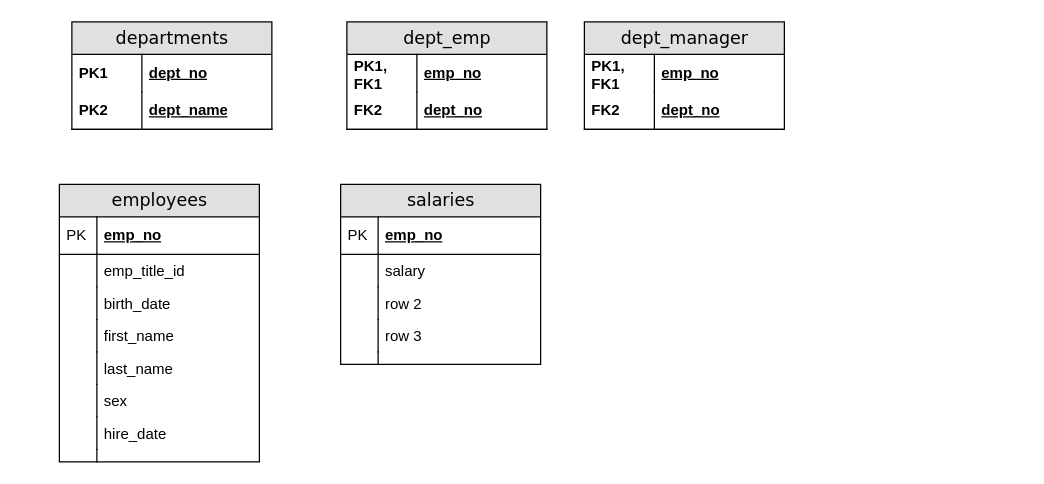
Before: page "Page-2" (2 of 2) of Employee_ERD.drawio in jerryevalentine/sql-challenge, a draw.io diagram. Source tidied: cells renumbered, new cells numbered last; positions are measured from the earlier drawing's top-left corner, leaving out a move shared by most shapes. Both pictures are drawn from the tidied source at 125%, with x=0, y=0 at pixel (59, 21).
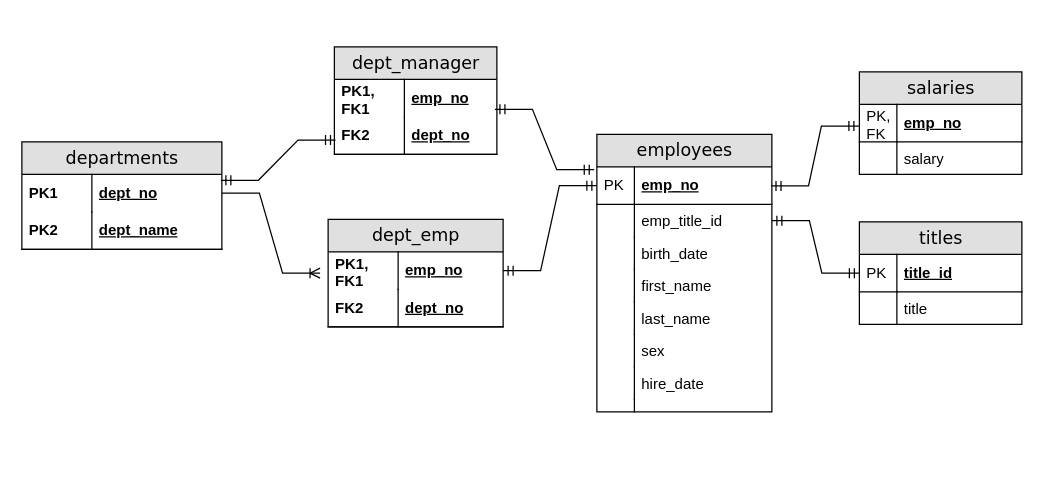
The same diagram, later.

Unchanged cells that the change refers to:
```xml
<mxCell id="3" value="dept_no" style="shape=partialRectangle;top=0;left=0;right=0;bottom=0;html=1;align=left;verticalAlign=middle;fillColor=none;spacingLeft=60;spacingRight=4;whiteSpace=wrap;overflow=hidden;points=[[0,0.5],[1,0.5]];portConstraint=eastwest;fontStyle=5;" parent="2" vertex="1">
  <mxGeometry y="26" width="160" height="30" as="geometry" />
</mxCell>
```

The edit, as a diff of the source:
```diff
@@
     <mxCell id="2" value="departments" style="swimlane;html=1;fontStyle=0;horizontal=1;startSize=26;fillColor=#e0e0e0;swimlaneFillColor=#ffffff;align=center;rounded=0;shadow=0;comic=0;labelBackgroundColor=none;strokeWidth=1;fontFamily=Verdana;fontSize=14;" parent="1" vertex="1">
-      <mxGeometry x="10" width="160" height="86" as="geometry" />
+      <mxGeometry x="-30" y="96" width="160" height="86" as="geometry" />
     </mxCell>
@@
     <mxCell id="7" value="&lt;div&gt;dept_emp&lt;/div&gt;" style="swimlane;html=1;fontStyle=0;horizontal=1;startSize=26;fillColor=#e0e0e0;swimlaneFillColor=#ffffff;align=center;rounded=0;shadow=0;comic=0;labelBackgroundColor=none;strokeWidth=1;fontFamily=Verdana;fontSize=14;" parent="1" vertex="1">
-      <mxGeometry x="230" width="160" height="86" as="geometry" />
+      <mxGeometry x="215" y="158" width="140" height="86" as="geometry" />
     </mxCell>
     <mxCell id="8" value="emp_no" style="shape=partialRectangle;top=0;left=0;right=0;bottom=0;html=1;align=left;verticalAlign=middle;fillColor=none;spacingLeft=60;spacingRight=4;whiteSpace=wrap;overflow=hidden;points=[[0,0.5],[1,0.5]];portConstraint=eastwest;fontStyle=5;" parent="7" vertex="1">
-      <mxGeometry y="26" width="160" height="30" as="geometry" />
+      <mxGeometry y="26" width="140" height="30" as="geometry" />
     </mxCell>
@@
     <mxCell id="10" value="dept_no" style="shape=partialRectangle;top=0;left=0;right=0;bottom=1;html=1;align=left;verticalAlign=middle;fillColor=none;spacingLeft=60;spacingRight=4;whiteSpace=wrap;overflow=hidden;fontStyle=5;" parent="7" vertex="1">
-      <mxGeometry y="56" width="160" height="30" as="geometry" />
+      <mxGeometry y="56" width="140" height="30" as="geometry" />
     </mxCell>
@@
     <mxCell id="12" value="&lt;div&gt;dept_manager&lt;/div&gt;" style="swimlane;html=1;fontStyle=0;horizontal=1;startSize=26;fillColor=#e0e0e0;swimlaneFillColor=#ffffff;align=center;rounded=0;shadow=0;comic=0;labelBackgroundColor=none;strokeWidth=1;fontFamily=Verdana;fontSize=14;" parent="1" vertex="1">
-      <mxGeometry x="420" width="160" height="86" as="geometry" />
+      <mxGeometry x="220" y="20" width="130" height="86" as="geometry" />
     </mxCell>
     <mxCell id="13" value="emp_no" style="shape=partialRectangle;top=0;left=0;right=0;bottom=0;html=1;align=left;verticalAlign=middle;fillColor=none;spacingLeft=60;spacingRight=4;whiteSpace=wrap;overflow=hidden;points=[[0,0.5],[1,0.5]];portConstraint=eastwest;fontStyle=5;" parent="12" vertex="1">
-      <mxGeometry y="26" width="160" height="30" as="geometry" />
+      <mxGeometry y="26" width="130" height="30" as="geometry" />
     </mxCell>
@@
     <mxCell id="15" value="dept_no" style="shape=partialRectangle;top=0;left=0;right=0;bottom=1;html=1;align=left;verticalAlign=middle;fillColor=none;spacingLeft=60;spacingRight=4;whiteSpace=wrap;overflow=hidden;points=[[0,0.5],[1,0.5]];portConstraint=eastwest;fontStyle=5;" parent="12" vertex="1">
-      <mxGeometry y="56" width="160" height="30" as="geometry" />
+      <mxGeometry y="56" width="130" height="30" as="geometry" />
     </mxCell>
@@
     <mxCell id="17" value="employees" style="swimlane;html=1;fontStyle=0;horizontal=1;startSize=26;fillColor=#e0e0e0;swimlaneFillColor=#ffffff;align=center;rounded=0;shadow=0;comic=0;labelBackgroundColor=none;strokeWidth=1;fontFamily=Verdana;fontSize=14;" parent="1" vertex="1">
-      <mxGeometry y="130" width="160" height="222" as="geometry" />
+      <mxGeometry x="430" y="90" width="140" height="222" as="geometry" />
     </mxCell>
     <mxCell id="18" value="emp_no" style="shape=partialRectangle;top=0;left=0;right=0;bottom=1;html=1;align=left;verticalAlign=middle;fillColor=none;spacingLeft=34;spacingRight=4;whiteSpace=wrap;overflow=hidden;points=[[0,0.5],[1,0.5]];portConstraint=eastwest;fontStyle=5;" parent="17" vertex="1">
-      <mxGeometry y="26" width="160" height="30" as="geometry" />
+      <mxGeometry y="26" width="140" height="30" as="geometry" />
     </mxCell>
@@
     <mxCell id="20" value="emp_title_id" style="shape=partialRectangle;top=0;left=0;right=0;bottom=0;html=1;align=left;verticalAlign=top;fillColor=none;spacingLeft=34;spacingRight=4;whiteSpace=wrap;overflow=hidden;points=[[0,0.5],[1,0.5]];portConstraint=eastwest;" parent="17" vertex="1">
-      <mxGeometry y="56" width="160" height="26" as="geometry" />
+      <mxGeometry y="56" width="140" height="26" as="geometry" />
     </mxCell>
@@
     <mxCell id="22" value="birth_date" style="shape=partialRectangle;top=0;left=0;right=0;bottom=0;html=1;align=left;verticalAlign=top;fillColor=none;spacingLeft=34;spacingRight=4;whiteSpace=wrap;overflow=hidden;" parent="17" vertex="1">
-      <mxGeometry y="82" width="160" height="26" as="geometry" />
+      <mxGeometry y="82" width="140" height="26" as="geometry" />
     </mxCell>
@@
     <mxCell id="24" value="first_name" style="shape=partialRectangle;top=0;left=0;right=0;bottom=0;html=1;align=left;verticalAlign=top;fillColor=none;spacingLeft=34;spacingRight=4;whiteSpace=wrap;overflow=hidden;" parent="17" vertex="1">
-      <mxGeometry y="108" width="160" height="26" as="geometry" />
+      <mxGeometry y="108" width="140" height="26" as="geometry" />
     </mxCell>
@@
     <mxCell id="26" value="last_name" style="shape=partialRectangle;top=0;left=0;right=0;bottom=0;html=1;align=left;verticalAlign=top;fillColor=none;spacingLeft=34;spacingRight=4;whiteSpace=wrap;overflow=hidden;" parent="17" vertex="1">
-      <mxGeometry y="134" width="160" height="26" as="geometry" />
+      <mxGeometry y="134" width="140" height="26" as="geometry" />
     </mxCell>
@@
     <mxCell id="28" value="sex" style="shape=partialRectangle;top=0;left=0;right=0;bottom=0;html=1;align=left;verticalAlign=top;fillColor=none;spacingLeft=34;spacingRight=4;whiteSpace=wrap;overflow=hidden;" parent="17" vertex="1">
-      <mxGeometry y="160" width="160" height="26" as="geometry" />
+      <mxGeometry y="160" width="140" height="26" as="geometry" />
     </mxCell>
@@
     <mxCell id="30" value="hire_date" style="shape=partialRectangle;top=0;left=0;right=0;bottom=0;html=1;align=left;verticalAlign=top;fillColor=none;spacingLeft=34;spacingRight=4;whiteSpace=wrap;overflow=hidden;" parent="17" vertex="1">
-      <mxGeometry y="186" width="160" height="26" as="geometry" />
+      <mxGeometry y="186" width="140" height="26" as="geometry" />
     </mxCell>
@@
     <mxCell id="32" style="shape=partialRectangle;top=0;left=0;right=0;bottom=0;html=1;align=left;verticalAlign=top;fillColor=none;spacingLeft=34;spacingRight=4;whiteSpace=wrap;overflow=hidden;" parent="17" vertex="1">
-      <mxGeometry y="212" width="160" height="10" as="geometry" />
+      <mxGeometry y="212" width="140" height="10" as="geometry" />
     </mxCell>
@@
     <mxCell id="34" value="salaries" style="swimlane;html=1;fontStyle=0;horizontal=1;startSize=26;fillColor=#e0e0e0;swimlaneFillColor=#ffffff;align=center;rounded=0;shadow=0;comic=0;labelBackgroundColor=none;strokeWidth=1;fontFamily=Verdana;fontSize=14;swimlaneLine=1;" parent="1" vertex="1">
-      <mxGeometry x="225" y="130" width="160" height="144" as="geometry" />
+      <mxGeometry x="640" y="40" width="130" height="82" as="geometry" />
     </mxCell>
     <mxCell id="35" value="emp_no" style="shape=partialRectangle;top=0;left=0;right=0;bottom=1;html=1;align=left;verticalAlign=middle;fillColor=none;spacingLeft=34;spacingRight=4;whiteSpace=wrap;overflow=hidden;points=[[0,0.5],[1,0.5]];portConstraint=eastwest;fontStyle=5;" parent="34" vertex="1">
-      <mxGeometry y="26" width="160" height="30" as="geometry" />
+      <mxGeometry y="26" width="130" height="30" as="geometry" />
     </mxCell>
-    <mxCell id="36" value="PK" style="shape=partialRectangle;top=0;left=0;bottom=0;html=1;fillColor=none;align=left;verticalAlign=middle;spacingLeft=4;spacingRight=4;whiteSpace=wrap;overflow=hidden;" parent="35" vertex="1">
+    <mxCell id="36" value="PK, FK" style="shape=partialRectangle;top=0;left=0;bottom=0;html=1;fillColor=none;align=left;verticalAlign=middle;spacingLeft=4;spacingRight=4;whiteSpace=wrap;overflow=hidden;" parent="35" vertex="1">
       <mxGeometry width="30" height="30" as="geometry" />
     </mxCell>
     <mxCell id="37" value="salary" style="shape=partialRectangle;top=0;left=0;right=0;bottom=0;html=1;align=left;verticalAlign=top;fillColor=none;spacingLeft=34;spacingRight=4;whiteSpace=wrap;overflow=hidden;" parent="34" vertex="1">
-      <mxGeometry y="56" width="160" height="26" as="geometry" />
+      <mxGeometry y="56" width="130" height="26" as="geometry" />
     </mxCell>
@@
-    <mxCell id="39" value="row 2" style="shape=partialRectangle;top=0;left=0;right=0;bottom=0;html=1;align=left;verticalAlign=top;fillColor=none;spacingLeft=34;spacingRight=4;whiteSpace=wrap;overflow=hidden;" parent="34" vertex="1">
-      <mxGeometry y="82" width="160" height="26" as="geometry" />
-    </mxCell>
-    <mxCell id="40" style="shape=partialRectangle;top=0;left=0;bottom=0;html=1;fillColor=none;align=left;verticalAlign=top;spacingLeft=4;spacingRight=4;whiteSpace=wrap;overflow=hidden;" parent="39" vertex="1">
-      <mxGeometry width="30" height="26" as="geometry" />
-    </mxCell>
-    <mxCell id="41" value="row 3" style="shape=partialRectangle;top=0;left=0;right=0;bottom=0;html=1;align=left;verticalAlign=top;fillColor=none;spacingLeft=34;spacingRight=4;whiteSpace=wrap;overflow=hidden;" parent="34" vertex="1">
-      <mxGeometry y="108" width="160" height="26" as="geometry" />
-    </mxCell>
-    <mxCell id="42" style="shape=partialRectangle;top=0;left=0;bottom=0;html=1;fillColor=none;align=left;verticalAlign=top;spacingLeft=4;spacingRight=4;whiteSpace=wrap;overflow=hidden;" parent="41" vertex="1">
-      <mxGeometry width="30" height="26" as="geometry" />
-    </mxCell>
-    <mxCell id="43" style="shape=partialRectangle;top=0;left=0;right=0;bottom=0;html=1;align=left;verticalAlign=top;fillColor=none;spacingLeft=34;spacingRight=4;whiteSpace=wrap;overflow=hidden;" parent="34" vertex="1">
-      <mxGeometry y="134" width="160" height="10" as="geometry" />
-    </mxCell>
-    <mxCell id="44" style="shape=partialRectangle;top=0;left=0;bottom=0;html=1;fillColor=none;align=left;verticalAlign=top;spacingLeft=4;spacingRight=4;whiteSpace=wrap;overflow=hidden;" parent="43" vertex="1">
-      <mxGeometry width="30" height="10" as="geometry" />
-    </mxCell>
+    <mxCell id="45" value="titles" style="swimlane;html=1;fontStyle=0;horizontal=1;startSize=26;fillColor=#e0e0e0;swimlaneFillColor=#ffffff;align=center;rounded=0;shadow=0;comic=0;labelBackgroundColor=none;strokeWidth=1;fontFamily=Verdana;fontSize=14;swimlaneLine=1;" parent="1" vertex="1">
+      <mxGeometry x="640" y="160" width="130" height="82" as="geometry" />
+    </mxCell>
+    <mxCell id="46" value="title_id" style="shape=partialRectangle;top=0;left=0;right=0;bottom=1;html=1;align=left;verticalAlign=middle;fillColor=none;spacingLeft=34;spacingRight=4;whiteSpace=wrap;overflow=hidden;points=[[0,0.5],[1,0.5]];portConstraint=eastwest;fontStyle=5;" parent="45" vertex="1">
+      <mxGeometry y="26" width="130" height="30" as="geometry" />
+    </mxCell>
+    <mxCell id="47" value="PK" style="shape=partialRectangle;top=0;left=0;bottom=0;html=1;fillColor=none;align=left;verticalAlign=middle;spacingLeft=4;spacingRight=4;whiteSpace=wrap;overflow=hidden;" parent="46" vertex="1">
+      <mxGeometry width="30" height="30" as="geometry" />
+    </mxCell>
+    <mxCell id="48" value="title" style="shape=partialRectangle;top=0;left=0;right=0;bottom=0;html=1;align=left;verticalAlign=top;fillColor=none;spacingLeft=34;spacingRight=4;whiteSpace=wrap;overflow=hidden;" parent="45" vertex="1">
+      <mxGeometry y="56" width="130" height="26" as="geometry" />
+    </mxCell>
+    <mxCell id="49" style="shape=partialRectangle;top=0;left=0;bottom=0;html=1;fillColor=none;align=left;verticalAlign=top;spacingLeft=4;spacingRight=4;whiteSpace=wrap;overflow=hidden;" parent="48" vertex="1">
+      <mxGeometry width="30" height="26" as="geometry" />
+    </mxCell>
+    <mxCell id="50" style="edgeStyle=entityRelationEdgeStyle;fontSize=12;html=1;endArrow=ERoneToMany;rounded=0;exitX=1;exitY=0.5;exitDx=0;exitDy=0;entryX=-0.046;entryY=0.568;entryDx=0;entryDy=0;entryPerimeter=0;" parent="1" edge="1" source="3" target="8">
+      <mxGeometry relative="1" as="geometry" />
+    </mxCell>
+    <mxCell id="51" style="edgeStyle=entityRelationEdgeStyle;fontSize=12;html=1;endArrow=ERmandOne;startArrow=ERmandOne;rounded=0;" parent="1" edge="1" source="18" target="8">
+      <mxGeometry relative="1" as="geometry" />
+    </mxCell>
+    <mxCell id="52" style="edgeStyle=entityRelationEdgeStyle;fontSize=12;html=1;endArrow=ERmandOne;startArrow=ERmandOne;rounded=0;exitX=0.995;exitY=0.508;exitDx=0;exitDy=0;exitPerimeter=0;entryX=-0.003;entryY=0.577;entryDx=0;entryDy=0;entryPerimeter=0;" parent="1" edge="1" source="18" target="35">
+      <mxGeometry relative="1" as="geometry" />
+    </mxCell>
+    <mxCell id="53" style="edgeStyle=entityRelationEdgeStyle;fontSize=12;html=1;endArrow=ERmandOne;startArrow=ERmandOne;rounded=0;entryX=0.007;entryY=0.617;entryDx=0;entryDy=0;entryPerimeter=0;exitX=0.995;exitY=0.157;exitDx=0;exitDy=0;exitPerimeter=0;" parent="1" edge="1" source="3" target="15">
+      <mxGeometry relative="1" as="geometry" />
+    </mxCell>
+    <mxCell id="54" style="edgeStyle=entityRelationEdgeStyle;fontSize=12;html=1;endArrow=ERmandOne;startArrow=ERmandOne;rounded=0;entryX=-0.015;entryY=0.075;entryDx=0;entryDy=0;entryPerimeter=0;exitX=0.988;exitY=0.798;exitDx=0;exitDy=0;exitPerimeter=0;" parent="1" edge="1" source="13" target="18">
+      <mxGeometry relative="1" as="geometry" />
+    </mxCell>
+    <mxCell id="55" style="edgeStyle=entityRelationEdgeStyle;fontSize=12;html=1;endArrow=ERmandOne;startArrow=ERmandOne;rounded=0;" parent="1" edge="1" source="20" target="46">
+      <mxGeometry relative="1" as="geometry" />
+    </mxCell>
```
